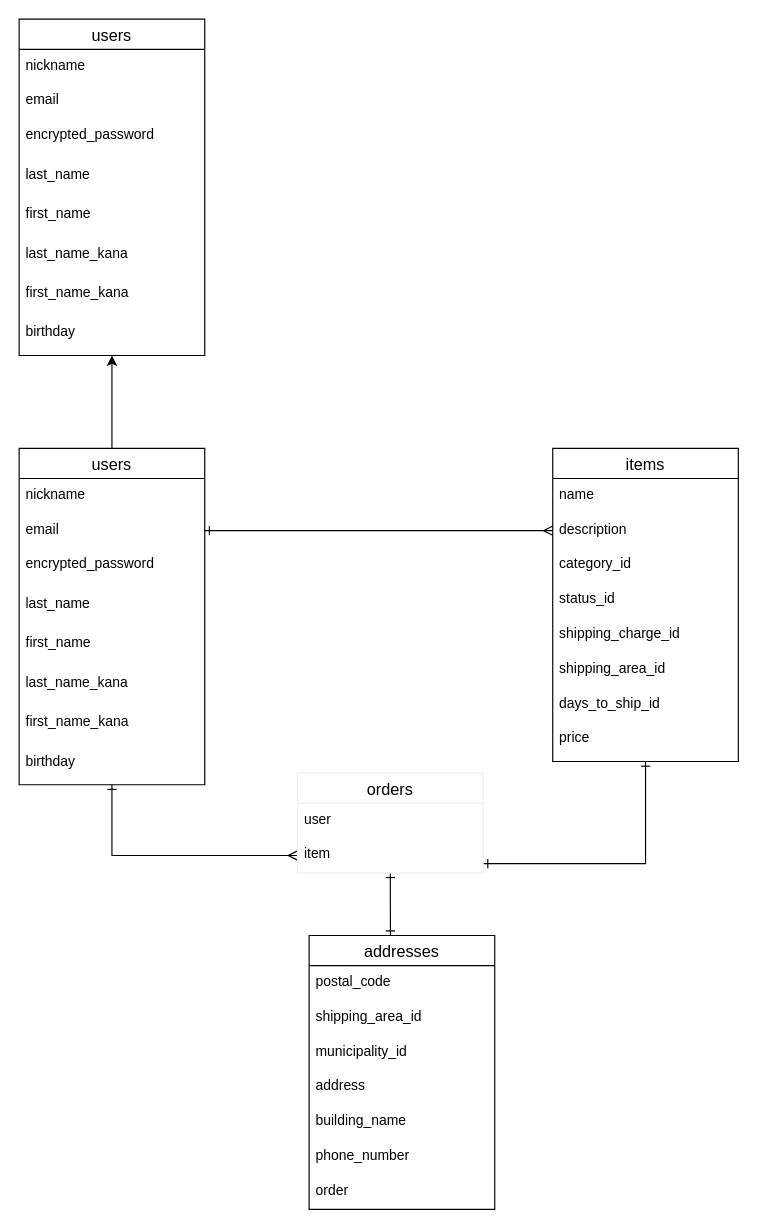
This is furima.dio from yukki373/furima-34583, a draw.io file, before an edit. Source tidied: cells renumbered, new cells numbered last; positions are measured from the earlier drawing's top-left corner, leaving out a move shared by most shapes. Both pictures are drawn from the tidied source at 116%, with x=0, y=0 at pixel (19, 19).
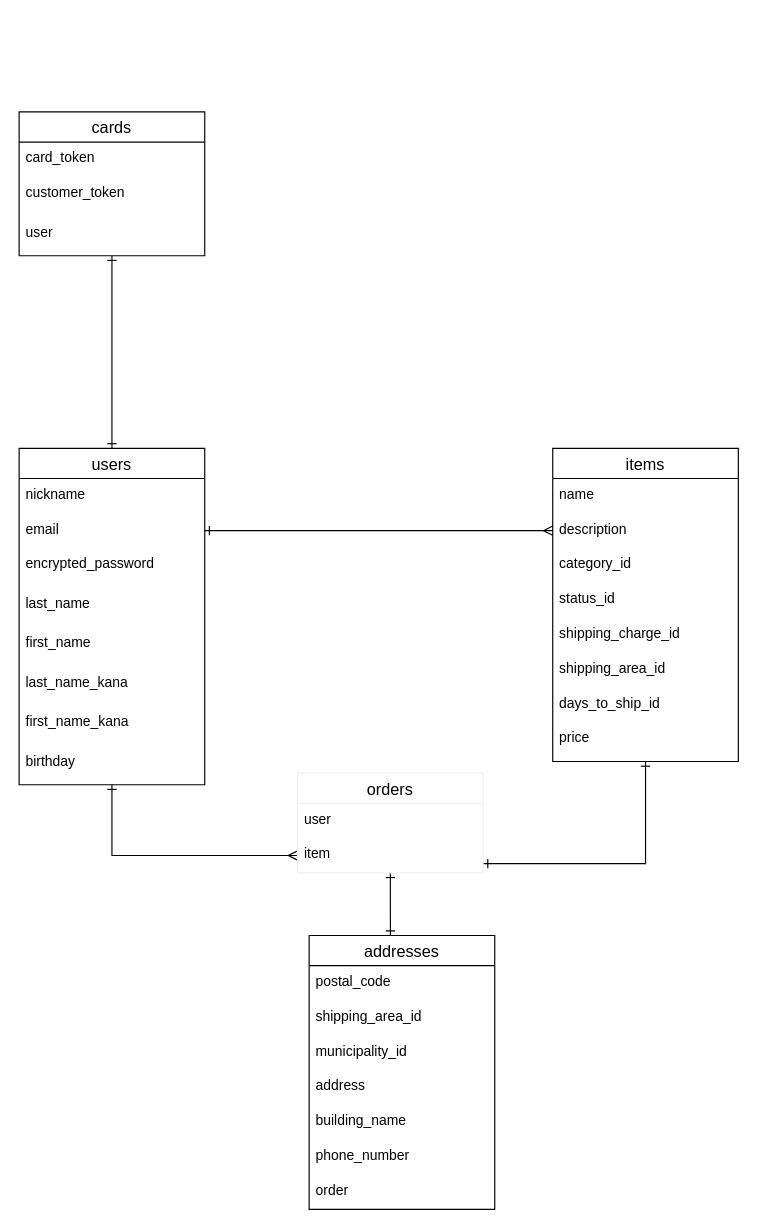
After the change.

The change refers to these unchanged cells:
```xml
<mxCell id="4" value="users" style="swimlane;fontStyle=0;horizontal=1;startSize=26;align=center;fontSize=14;" parent="1" vertex="1">
  <mxGeometry y="370" width="160" height="290" as="geometry" />
</mxCell>
```

The edit, as a diff of the source:
```diff
@@
-    <mxCell id="3" style="edgeStyle=orthogonalEdgeStyle;rounded=0;jettySize=auto;html=1;" parent="1" edge="1" source="4" target="36">
+    <mxCell id="3" style="edgeStyle=orthogonalEdgeStyle;rounded=0;jettySize=auto;html=1;endArrow=ERone;endFill=0;startArrow=ERone;startFill=0;" parent="1" edge="1" source="4" target="36">
       <mxGeometry relative="1" as="geometry" />
     </mxCell>
@@
-    <mxCell id="36" value="users" style="swimlane;fontStyle=0;horizontal=1;startSize=26;align=center;fontSize=14;" parent="1" vertex="1">
-      <mxGeometry width="160" height="290" as="geometry" />
+    <mxCell id="36" value="cards" style="swimlane;fontStyle=0;horizontal=1;startSize=26;align=center;fontSize=14;" parent="1" vertex="1">
+      <mxGeometry y="80" width="160" height="124" as="geometry" />
     </mxCell>
-    <mxCell id="37" value="nickname" style="text;strokeColor=none;fillColor=none;spacingLeft=4;spacingRight=4;overflow=hidden;fontSize=12;" parent="36" vertex="1">
+    <mxCell id="37" value="card_token" style="text;strokeColor=none;fillColor=none;spacingLeft=4;spacingRight=4;overflow=hidden;fontSize=12;" parent="36" vertex="1">
       <mxGeometry y="26" width="160" height="30" as="geometry" />
     </mxCell>
-    <mxCell id="38" value="email" style="text;strokeColor=none;fillColor=none;spacingLeft=4;spacingRight=4;overflow=hidden;fontSize=12;" parent="36" vertex="1">
-      <mxGeometry y="56" width="160" height="30" as="geometry" />
-    </mxCell>
-    <mxCell id="39" value="encrypted_password" style="text;strokeColor=none;fillColor=none;spacingLeft=4;spacingRight=4;overflow=hidden;fontSize=12;" parent="36" vertex="1">
-      <mxGeometry y="86" width="160" height="34" as="geometry" />
+    <mxCell id="39" value="customer_token" style="text;strokeColor=none;fillColor=none;spacingLeft=4;spacingRight=4;overflow=hidden;fontSize=12;" parent="36" vertex="1">
+      <mxGeometry y="56" width="160" height="34" as="geometry" />
     </mxCell>
-    <mxCell id="40" value="last_name" style="text;strokeColor=none;fillColor=none;spacingLeft=4;spacingRight=4;overflow=hidden;fontSize=12;" parent="36" vertex="1">
-      <mxGeometry y="120" width="160" height="34" as="geometry" />
+    <mxCell id="40" value="user" style="text;strokeColor=none;fillColor=none;spacingLeft=4;spacingRight=4;overflow=hidden;fontSize=12;" parent="36" vertex="1">
+      <mxGeometry y="90" width="160" height="34" as="geometry" />
     </mxCell>
-    <mxCell id="41" value="first_name" style="text;strokeColor=none;fillColor=none;spacingLeft=4;spacingRight=4;overflow=hidden;fontSize=12;" parent="36" vertex="1">
-      <mxGeometry y="154" width="160" height="34" as="geometry" />
-    </mxCell>
-    <mxCell id="42" value="last_name_kana&#10;&#10;" style="text;strokeColor=none;fillColor=none;spacingLeft=4;spacingRight=4;overflow=hidden;fontSize=12;" parent="36" vertex="1">
-      <mxGeometry y="188" width="160" height="34" as="geometry" />
-    </mxCell>
-    <mxCell id="43" value="first_name_kana" style="text;strokeColor=none;fillColor=none;spacingLeft=4;spacingRight=4;overflow=hidden;fontSize=12;" parent="36" vertex="1">
-      <mxGeometry y="222" width="160" height="34" as="geometry" />
-    </mxCell>
-    <mxCell id="44" value="birthday" style="text;strokeColor=none;fillColor=none;spacingLeft=4;spacingRight=4;overflow=hidden;fontSize=12;" parent="36" vertex="1">
-      <mxGeometry y="256" width="160" height="34" as="geometry" />
-    </mxCell>
```
